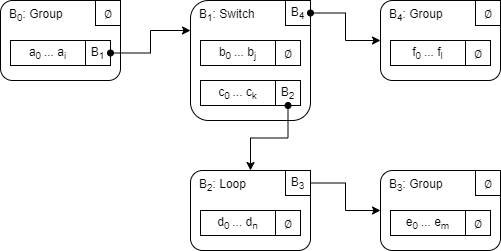
Above: docs/assets/prog_tree3.dio.png in GuildOfWeavers/distaff (draw.io), before the change. Source tidied: cells renumbered, new cells last; positions are measured from the earlier drawing's top-left corner, leaving out a move shared by most shapes. Its diagram source:
```xml
<mxGraphModel>
  <root>
    <mxCell id="0" />
    <mxCell id="1" parent="0" />
    <mxCell id="2" value="B&lt;sub&gt;0&lt;/sub&gt;: Group" style="rounded=1;whiteSpace=wrap;html=1;align=left;verticalAlign=top;spacingTop=0;spacingLeft=7;" parent="1" vertex="1">
      <mxGeometry width="120" height="80" as="geometry" />
    </mxCell>
    <mxCell id="3" value="&lt;span class=&quot;ILfuVd&quot;&gt;&lt;span class=&quot;e24Kjd&quot;&gt;&lt;span&gt;∅&lt;/span&gt;&lt;/span&gt;&lt;/span&gt;" style="rounded=0;whiteSpace=wrap;html=1;fontFamily=Helvetica;fontStyle=0;" parent="1" vertex="1">
      <mxGeometry x="95" width="25" height="25" as="geometry" />
    </mxCell>
    <mxCell id="4" value="a&lt;sub&gt;0&amp;nbsp;&lt;/sub&gt;... a&lt;sub&gt;i&lt;/sub&gt;" style="rounded=0;whiteSpace=wrap;html=1;fontStyle=0;" parent="1" vertex="1">
      <mxGeometry x="10" y="40" width="75" height="25" as="geometry" />
    </mxCell>
    <mxCell id="5" value="&lt;span class=&quot;ILfuVd&quot;&gt;&lt;span class=&quot;e24Kjd&quot;&gt;B&lt;sub&gt;1&lt;/sub&gt;&lt;/span&gt;&lt;/span&gt;" style="rounded=0;whiteSpace=wrap;html=1;fontFamily=Helvetica;fontStyle=0;" parent="1" vertex="1">
      <mxGeometry x="85" y="40" width="25" height="25" as="geometry" />
    </mxCell>
    <mxCell id="6" value="B&lt;sub&gt;1&lt;/sub&gt;: Switch" style="rounded=1;whiteSpace=wrap;html=1;align=left;verticalAlign=top;spacingTop=0;spacingLeft=7;" parent="1" vertex="1">
      <mxGeometry x="190" width="120" height="120" as="geometry" />
    </mxCell>
    <mxCell id="7" value="&lt;span class=&quot;ILfuVd&quot;&gt;&lt;span class=&quot;e24Kjd&quot;&gt;B&lt;sub&gt;4&lt;/sub&gt;&lt;/span&gt;&lt;/span&gt;" style="rounded=0;whiteSpace=wrap;html=1;fontFamily=Helvetica;fontStyle=0;" parent="1" vertex="1">
      <mxGeometry x="285" width="25" height="25" as="geometry" />
    </mxCell>
    <mxCell id="8" value="b&lt;sub&gt;0&amp;nbsp;&lt;/sub&gt;... b&lt;sub&gt;j&lt;/sub&gt;" style="rounded=0;whiteSpace=wrap;html=1;fontStyle=0;" parent="1" vertex="1">
      <mxGeometry x="200" y="40" width="75" height="25" as="geometry" />
    </mxCell>
    <mxCell id="9" value="&lt;span class=&quot;ILfuVd&quot;&gt;&lt;span class=&quot;e24Kjd&quot;&gt;&lt;span&gt;∅&lt;/span&gt;&lt;/span&gt;&lt;/span&gt;" style="rounded=0;whiteSpace=wrap;html=1;fontFamily=Helvetica;fontStyle=0;" parent="1" vertex="1">
      <mxGeometry x="275" y="40" width="25" height="25" as="geometry" />
    </mxCell>
    <mxCell id="10" value="c&lt;sub&gt;0&amp;nbsp;&lt;/sub&gt;... c&lt;sub&gt;k&lt;/sub&gt;" style="rounded=0;whiteSpace=wrap;html=1;fontStyle=0;" parent="1" vertex="1">
      <mxGeometry x="200" y="80" width="75" height="25" as="geometry" />
    </mxCell>
    <mxCell id="11" value="&lt;span class=&quot;ILfuVd&quot;&gt;&lt;span class=&quot;e24Kjd&quot;&gt;B&lt;sub&gt;2&lt;/sub&gt;&lt;/span&gt;&lt;/span&gt;" style="rounded=0;whiteSpace=wrap;html=1;fontFamily=Helvetica;fontStyle=0;" parent="1" vertex="1">
      <mxGeometry x="275" y="80" width="25" height="25" as="geometry" />
    </mxCell>
    <mxCell id="12" value="B&lt;sub&gt;4&lt;/sub&gt;: Group" style="rounded=1;whiteSpace=wrap;html=1;align=left;verticalAlign=top;spacingTop=0;spacingLeft=7;" parent="1" vertex="1">
      <mxGeometry x="380" width="120" height="80" as="geometry" />
    </mxCell>
    <mxCell id="13" value="&lt;span class=&quot;ILfuVd&quot;&gt;&lt;span class=&quot;e24Kjd&quot;&gt;&lt;span&gt;∅&lt;/span&gt;&lt;/span&gt;&lt;/span&gt;" style="rounded=0;whiteSpace=wrap;html=1;fontFamily=Helvetica;fontStyle=0;" parent="1" vertex="1">
      <mxGeometry x="475" width="25" height="25" as="geometry" />
    </mxCell>
    <mxCell id="14" value="f&lt;sub&gt;0&amp;nbsp;&lt;/sub&gt;... f&lt;sub&gt;l&lt;/sub&gt;" style="rounded=0;whiteSpace=wrap;html=1;fontStyle=0;" parent="1" vertex="1">
      <mxGeometry x="390" y="40" width="75" height="25" as="geometry" />
    </mxCell>
    <mxCell id="15" value="&lt;span class=&quot;ILfuVd&quot;&gt;&lt;span class=&quot;e24Kjd&quot;&gt;&lt;span&gt;∅&lt;/span&gt;&lt;/span&gt;&lt;/span&gt;" style="rounded=0;whiteSpace=wrap;html=1;fontFamily=Helvetica;fontStyle=0;" parent="1" vertex="1">
      <mxGeometry x="465" y="40" width="25" height="25" as="geometry" />
    </mxCell>
    <mxCell id="16" style="edgeStyle=orthogonalEdgeStyle;rounded=0;jettySize=auto;html=1;exitX=1;exitY=0.5;exitDx=0;exitDy=0;entryX=0;entryY=0.25;entryDx=0;entryDy=0;startArrow=oval;startFill=1;" parent="1" edge="1" source="5" target="6">
      <mxGeometry relative="1" as="geometry" />
    </mxCell>
    <mxCell id="17" style="edgeStyle=orthogonalEdgeStyle;rounded=0;jettySize=auto;html=1;exitX=1;exitY=0.5;exitDx=0;exitDy=0;entryX=0;entryY=0.5;entryDx=0;entryDy=0;startArrow=oval;startFill=1;" parent="1" edge="1" source="7" target="12">
      <mxGeometry relative="1" as="geometry" />
    </mxCell>
    <mxCell id="18" value="B&lt;sub&gt;2&lt;/sub&gt;: Loop" style="rounded=1;whiteSpace=wrap;html=1;align=left;verticalAlign=top;spacingTop=0;spacingLeft=7;" parent="1" vertex="1">
      <mxGeometry x="190" y="170" width="120" height="80" as="geometry" />
    </mxCell>
    <mxCell id="19" value="&lt;span class=&quot;ILfuVd&quot;&gt;&lt;span class=&quot;e24Kjd&quot;&gt;B&lt;sub&gt;3&lt;/sub&gt;&lt;/span&gt;&lt;/span&gt;" style="rounded=0;whiteSpace=wrap;html=1;fontFamily=Helvetica;fontStyle=0;" parent="1" vertex="1">
      <mxGeometry x="285" y="170" width="25" height="25" as="geometry" />
    </mxCell>
    <mxCell id="20" value="d&lt;sub&gt;0&amp;nbsp;&lt;/sub&gt;... d&lt;sub&gt;n&lt;/sub&gt;" style="rounded=0;whiteSpace=wrap;html=1;fontStyle=0;" parent="1" vertex="1">
      <mxGeometry x="200" y="210" width="75" height="25" as="geometry" />
    </mxCell>
    <mxCell id="21" style="edgeStyle=orthogonalEdgeStyle;rounded=0;jettySize=auto;html=1;exitX=1;exitY=0.5;exitDx=0;exitDy=0;entryX=0;entryY=0.5;entryDx=0;entryDy=0;" parent="1" edge="1" source="19" target="24">
      <mxGeometry relative="1" as="geometry" />
    </mxCell>
    <mxCell id="22" value="∅" style="rounded=0;whiteSpace=wrap;html=1;fontFamily=Helvetica;fontStyle=0;" parent="1" vertex="1">
      <mxGeometry x="275" y="210" width="25" height="25" as="geometry" />
    </mxCell>
    <mxCell id="23" style="edgeStyle=orthogonalEdgeStyle;rounded=0;jettySize=auto;html=1;exitX=0.5;exitY=1;exitDx=0;exitDy=0;entryX=0.5;entryY=0;entryDx=0;entryDy=0;startArrow=oval;startFill=1;" parent="1" edge="1" source="11" target="18">
      <mxGeometry relative="1" as="geometry" />
    </mxCell>
    <mxCell id="24" value="B&lt;sub&gt;3&lt;/sub&gt;: Group" style="rounded=1;whiteSpace=wrap;html=1;align=left;verticalAlign=top;spacingTop=0;spacingLeft=7;" parent="1" vertex="1">
      <mxGeometry x="380" y="170" width="120" height="80" as="geometry" />
    </mxCell>
    <mxCell id="25" value="&lt;span class=&quot;ILfuVd&quot;&gt;&lt;span class=&quot;e24Kjd&quot;&gt;&lt;span&gt;∅&lt;/span&gt;&lt;/span&gt;&lt;/span&gt;" style="rounded=0;whiteSpace=wrap;html=1;fontFamily=Helvetica;fontStyle=0;" parent="1" vertex="1">
      <mxGeometry x="475" y="170" width="25" height="25" as="geometry" />
    </mxCell>
    <mxCell id="26" value="e&lt;sub&gt;0&amp;nbsp;&lt;/sub&gt;... e&lt;sub&gt;m&lt;/sub&gt;" style="rounded=0;whiteSpace=wrap;html=1;fontStyle=0;" parent="1" vertex="1">
      <mxGeometry x="390" y="210" width="75" height="25" as="geometry" />
    </mxCell>
    <mxCell id="27" value="&lt;span class=&quot;ILfuVd&quot;&gt;&lt;span class=&quot;e24Kjd&quot;&gt;&lt;span&gt;∅&lt;/span&gt;&lt;/span&gt;&lt;/span&gt;" style="rounded=0;whiteSpace=wrap;html=1;fontFamily=Helvetica;fontStyle=0;" parent="1" vertex="1">
      <mxGeometry x="465" y="210" width="25" height="25" as="geometry" />
    </mxCell>
  </root>
</mxGraphModel>
```
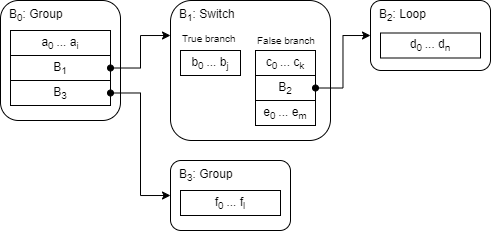
The same file after the commit.

What changed in the source:
```diff
@@ -3,82 +3,64 @@
     <mxCell id="0" />
     <mxCell id="1" parent="0" />
     <mxCell id="2" value="B&lt;sub&gt;0&lt;/sub&gt;: Group" style="rounded=1;whiteSpace=wrap;html=1;align=left;verticalAlign=top;spacingTop=0;spacingLeft=7;" parent="1" vertex="1">
-      <mxGeometry width="120" height="80" as="geometry" />
+      <mxGeometry width="120" height="120" as="geometry" />
     </mxCell>
-    <mxCell id="3" value="&lt;span class=&quot;ILfuVd&quot;&gt;&lt;span class=&quot;e24Kjd&quot;&gt;&lt;span&gt;∅&lt;/span&gt;&lt;/span&gt;&lt;/span&gt;" style="rounded=0;whiteSpace=wrap;html=1;fontFamily=Helvetica;fontStyle=0;" parent="1" vertex="1">
-      <mxGeometry x="95" width="25" height="25" as="geometry" />
-    </mxCell>
     <mxCell id="4" value="a&lt;sub&gt;0&amp;nbsp;&lt;/sub&gt;... a&lt;sub&gt;i&lt;/sub&gt;" style="rounded=0;whiteSpace=wrap;html=1;fontStyle=0;" parent="1" vertex="1">
-      <mxGeometry x="10" y="40" width="75" height="25" as="geometry" />
+      <mxGeometry x="10" y="30" width="100" height="25" as="geometry" />
     </mxCell>
     <mxCell id="5" value="&lt;span class=&quot;ILfuVd&quot;&gt;&lt;span class=&quot;e24Kjd&quot;&gt;B&lt;sub&gt;1&lt;/sub&gt;&lt;/span&gt;&lt;/span&gt;" style="rounded=0;whiteSpace=wrap;html=1;fontFamily=Helvetica;fontStyle=0;" parent="1" vertex="1">
-      <mxGeometry x="85" y="40" width="25" height="25" as="geometry" />
+      <mxGeometry x="10" y="55" width="100" height="25" as="geometry" />
     </mxCell>
+    <mxCell id="16" style="edgeStyle=orthogonalEdgeStyle;rounded=0;jettySize=auto;html=1;exitX=1;exitY=0.5;exitDx=0;exitDy=0;startArrow=oval;startFill=1;entryX=0;entryY=0.25;entryDx=0;entryDy=0;" parent="1" edge="1" source="5" target="6">
+      <mxGeometry relative="1" as="geometry" />
+    </mxCell>
+    <mxCell id="19" value="B&lt;sub&gt;3&lt;/sub&gt;" style="rounded=0;whiteSpace=wrap;html=1;fontStyle=0;" parent="1" vertex="1">
+      <mxGeometry x="10" y="80" width="100" height="25" as="geometry" />
+    </mxCell>
+    <mxCell id="18" value="B&lt;sub&gt;2&lt;/sub&gt;: Loop" style="rounded=1;whiteSpace=wrap;html=1;align=left;verticalAlign=top;spacingTop=0;spacingLeft=7;" parent="1" vertex="1">
+      <mxGeometry x="370" width="120" height="70" as="geometry" />
+    </mxCell>
+    <mxCell id="20" value="d&lt;sub&gt;0&amp;nbsp;&lt;/sub&gt;... d&lt;sub&gt;n&lt;/sub&gt;" style="rounded=0;whiteSpace=wrap;html=1;fontStyle=0;" parent="1" vertex="1">
+      <mxGeometry x="380" y="32.5" width="100" height="25" as="geometry" />
+    </mxCell>
+    <mxCell id="21" style="edgeStyle=orthogonalEdgeStyle;rounded=0;jettySize=auto;html=1;exitX=1;exitY=0.5;exitDx=0;exitDy=0;entryX=0;entryY=0.5;entryDx=0;entryDy=0;startArrow=oval;startFill=1;" parent="1" edge="1" source="19" target="24">
+      <mxGeometry relative="1" as="geometry" />
+    </mxCell>
+    <mxCell id="28" style="group;" parent="1" vertex="1">
+      <mxGeometry x="170" y="160" width="120" height="70" as="geometry" />
+    </mxCell>
+    <mxCell id="29" style="group;" parent="28" vertex="1">
+      <mxGeometry width="120" height="70" as="geometry" />
+    </mxCell>
+    <mxCell id="24" value="B&lt;sub&gt;3&lt;/sub&gt;: Group" style="rounded=1;whiteSpace=wrap;html=1;align=left;verticalAlign=top;spacingTop=0;spacingLeft=7;" parent="29" vertex="1">
+      <mxGeometry width="120" height="70" as="geometry" />
+    </mxCell>
+    <mxCell id="14" value="f&lt;sub&gt;0&amp;nbsp;&lt;/sub&gt;... f&lt;sub&gt;l&lt;/sub&gt;" style="rounded=0;whiteSpace=wrap;html=1;fontStyle=0;" parent="29" vertex="1">
+      <mxGeometry x="10" y="30" width="100" height="25" as="geometry" />
+    </mxCell>
     <mxCell id="6" value="B&lt;sub&gt;1&lt;/sub&gt;: Switch" style="rounded=1;whiteSpace=wrap;html=1;align=left;verticalAlign=top;spacingTop=0;spacingLeft=7;" parent="1" vertex="1">
-      <mxGeometry x="190" width="120" height="120" as="geometry" />
+      <mxGeometry x="170" width="160" height="140" as="geometry" />
     </mxCell>
-    <mxCell id="7" value="&lt;span class=&quot;ILfuVd&quot;&gt;&lt;span class=&quot;e24Kjd&quot;&gt;B&lt;sub&gt;4&lt;/sub&gt;&lt;/span&gt;&lt;/span&gt;" style="rounded=0;whiteSpace=wrap;html=1;fontFamily=Helvetica;fontStyle=0;" parent="1" vertex="1">
-      <mxGeometry x="285" width="25" height="25" as="geometry" />
-    </mxCell>
+    <mxCell id="30" value="True branch" style="text;html=1;strokeColor=none;fillColor=none;align=left;verticalAlign=middle;whiteSpace=wrap;rounded=0;fontSize=10;fontStyle=0;" parent="1" vertex="1">
+      <mxGeometry x="180" y="27.5" width="70" height="20" as="geometry" />
+    </mxCell>
     <mxCell id="8" value="b&lt;sub&gt;0&amp;nbsp;&lt;/sub&gt;... b&lt;sub&gt;j&lt;/sub&gt;" style="rounded=0;whiteSpace=wrap;html=1;fontStyle=0;" parent="1" vertex="1">
-      <mxGeometry x="200" y="40" width="75" height="25" as="geometry" />
+      <mxGeometry x="180" y="50" width="60" height="25" as="geometry" />
     </mxCell>
-    <mxCell id="9" value="&lt;span class=&quot;ILfuVd&quot;&gt;&lt;span class=&quot;e24Kjd&quot;&gt;&lt;span&gt;∅&lt;/span&gt;&lt;/span&gt;&lt;/span&gt;" style="rounded=0;whiteSpace=wrap;html=1;fontFamily=Helvetica;fontStyle=0;" parent="1" vertex="1">
-      <mxGeometry x="275" y="40" width="25" height="25" as="geometry" />
-    </mxCell>
+    <mxCell id="31" value="False branch" style="text;html=1;strokeColor=none;fillColor=none;align=left;verticalAlign=middle;whiteSpace=wrap;rounded=0;fontSize=10;fontStyle=0;" parent="1" vertex="1">
+      <mxGeometry x="255" y="30" width="65" height="20" as="geometry" />
+    </mxCell>
     <mxCell id="10" value="c&lt;sub&gt;0&amp;nbsp;&lt;/sub&gt;... c&lt;sub&gt;k&lt;/sub&gt;" style="rounded=0;whiteSpace=wrap;html=1;fontStyle=0;" parent="1" vertex="1">
-      <mxGeometry x="200" y="80" width="75" height="25" as="geometry" />
+      <mxGeometry x="255" y="50" width="60" height="25" as="geometry" />
     </mxCell>
-    <mxCell id="11" value="&lt;span class=&quot;ILfuVd&quot;&gt;&lt;span class=&quot;e24Kjd&quot;&gt;B&lt;sub&gt;2&lt;/sub&gt;&lt;/span&gt;&lt;/span&gt;" style="rounded=0;whiteSpace=wrap;html=1;fontFamily=Helvetica;fontStyle=0;" parent="1" vertex="1">
-      <mxGeometry x="275" y="80" width="25" height="25" as="geometry" />
+    <mxCell id="11" value="B&lt;sub&gt;2&lt;/sub&gt;" style="rounded=0;whiteSpace=wrap;html=1;fontStyle=0;" parent="1" vertex="1">
+      <mxGeometry x="255" y="75" width="60" height="25" as="geometry" />
     </mxCell>
-    <mxCell id="12" value="B&lt;sub&gt;4&lt;/sub&gt;: Group" style="rounded=1;whiteSpace=wrap;html=1;align=left;verticalAlign=top;spacingTop=0;spacingLeft=7;" parent="1" vertex="1">
-      <mxGeometry x="380" width="120" height="80" as="geometry" />
-    </mxCell>
-    <mxCell id="13" value="&lt;span class=&quot;ILfuVd&quot;&gt;&lt;span class=&quot;e24Kjd&quot;&gt;&lt;span&gt;∅&lt;/span&gt;&lt;/span&gt;&lt;/span&gt;" style="rounded=0;whiteSpace=wrap;html=1;fontFamily=Helvetica;fontStyle=0;" parent="1" vertex="1">
-      <mxGeometry x="475" width="25" height="25" as="geometry" />
-    </mxCell>
-    <mxCell id="14" value="f&lt;sub&gt;0&amp;nbsp;&lt;/sub&gt;... f&lt;sub&gt;l&lt;/sub&gt;" style="rounded=0;whiteSpace=wrap;html=1;fontStyle=0;" parent="1" vertex="1">
-      <mxGeometry x="390" y="40" width="75" height="25" as="geometry" />
-    </mxCell>
-    <mxCell id="15" value="&lt;span class=&quot;ILfuVd&quot;&gt;&lt;span class=&quot;e24Kjd&quot;&gt;&lt;span&gt;∅&lt;/span&gt;&lt;/span&gt;&lt;/span&gt;" style="rounded=0;whiteSpace=wrap;html=1;fontFamily=Helvetica;fontStyle=0;" parent="1" vertex="1">
-      <mxGeometry x="465" y="40" width="25" height="25" as="geometry" />
-    </mxCell>
-    <mxCell id="16" style="edgeStyle=orthogonalEdgeStyle;rounded=0;jettySize=auto;html=1;exitX=1;exitY=0.5;exitDx=0;exitDy=0;entryX=0;entryY=0.25;entryDx=0;entryDy=0;startArrow=oval;startFill=1;" parent="1" edge="1" source="5" target="6">
-      <mxGeometry relative="1" as="geometry" />
-    </mxCell>
-    <mxCell id="17" style="edgeStyle=orthogonalEdgeStyle;rounded=0;jettySize=auto;html=1;exitX=1;exitY=0.5;exitDx=0;exitDy=0;entryX=0;entryY=0.5;entryDx=0;entryDy=0;startArrow=oval;startFill=1;" parent="1" edge="1" source="7" target="12">
-      <mxGeometry relative="1" as="geometry" />
-    </mxCell>
-    <mxCell id="18" value="B&lt;sub&gt;2&lt;/sub&gt;: Loop" style="rounded=1;whiteSpace=wrap;html=1;align=left;verticalAlign=top;spacingTop=0;spacingLeft=7;" parent="1" vertex="1">
-      <mxGeometry x="190" y="170" width="120" height="80" as="geometry" />
-    </mxCell>
-    <mxCell id="19" value="&lt;span class=&quot;ILfuVd&quot;&gt;&lt;span class=&quot;e24Kjd&quot;&gt;B&lt;sub&gt;3&lt;/sub&gt;&lt;/span&gt;&lt;/span&gt;" style="rounded=0;whiteSpace=wrap;html=1;fontFamily=Helvetica;fontStyle=0;" parent="1" vertex="1">
-      <mxGeometry x="285" y="170" width="25" height="25" as="geometry" />
-    </mxCell>
-    <mxCell id="20" value="d&lt;sub&gt;0&amp;nbsp;&lt;/sub&gt;... d&lt;sub&gt;n&lt;/sub&gt;" style="rounded=0;whiteSpace=wrap;html=1;fontStyle=0;" parent="1" vertex="1">
-      <mxGeometry x="200" y="210" width="75" height="25" as="geometry" />
-    </mxCell>
-    <mxCell id="21" style="edgeStyle=orthogonalEdgeStyle;rounded=0;jettySize=auto;html=1;exitX=1;exitY=0.5;exitDx=0;exitDy=0;entryX=0;entryY=0.5;entryDx=0;entryDy=0;" parent="1" edge="1" source="19" target="24">
-      <mxGeometry relative="1" as="geometry" />
-    </mxCell>
-    <mxCell id="22" value="∅" style="rounded=0;whiteSpace=wrap;html=1;fontFamily=Helvetica;fontStyle=0;" parent="1" vertex="1">
-      <mxGeometry x="275" y="210" width="25" height="25" as="geometry" />
-    </mxCell>
+    <mxCell id="26" value="e&lt;sub&gt;0&amp;nbsp;&lt;/sub&gt;... e&lt;sub&gt;m&lt;/sub&gt;" style="rounded=0;whiteSpace=wrap;html=1;fontStyle=0;" parent="1" vertex="1">
+      <mxGeometry x="255" y="100" width="60" height="25" as="geometry" />
+    </mxCell>
-    <mxCell id="23" style="edgeStyle=orthogonalEdgeStyle;rounded=0;jettySize=auto;html=1;exitX=0.5;exitY=1;exitDx=0;exitDy=0;entryX=0.5;entryY=0;entryDx=0;entryDy=0;startArrow=oval;startFill=1;" parent="1" edge="1" source="11" target="18">
+    <mxCell id="23" style="edgeStyle=orthogonalEdgeStyle;rounded=0;jettySize=auto;html=1;exitX=1;exitY=0.5;exitDx=0;exitDy=0;entryX=0;entryY=0.5;entryDx=0;entryDy=0;fontSize=10;startArrow=oval;startFill=1;" parent="1" edge="1" source="11" target="18">
       <mxGeometry relative="1" as="geometry" />
     </mxCell>
-    <mxCell id="24" value="B&lt;sub&gt;3&lt;/sub&gt;: Group" style="rounded=1;whiteSpace=wrap;html=1;align=left;verticalAlign=top;spacingTop=0;spacingLeft=7;" parent="1" vertex="1">
-      <mxGeometry x="380" y="170" width="120" height="80" as="geometry" />
-    </mxCell>
-    <mxCell id="25" value="&lt;span class=&quot;ILfuVd&quot;&gt;&lt;span class=&quot;e24Kjd&quot;&gt;&lt;span&gt;∅&lt;/span&gt;&lt;/span&gt;&lt;/span&gt;" style="rounded=0;whiteSpace=wrap;html=1;fontFamily=Helvetica;fontStyle=0;" parent="1" vertex="1">
-      <mxGeometry x="475" y="170" width="25" height="25" as="geometry" />
-    </mxCell>
-    <mxCell id="26" value="e&lt;sub&gt;0&amp;nbsp;&lt;/sub&gt;... e&lt;sub&gt;m&lt;/sub&gt;" style="rounded=0;whiteSpace=wrap;html=1;fontStyle=0;" parent="1" vertex="1">
-      <mxGeometry x="390" y="210" width="75" height="25" as="geometry" />
-    </mxCell>
-    <mxCell id="27" value="&lt;span class=&quot;ILfuVd&quot;&gt;&lt;span class=&quot;e24Kjd&quot;&gt;&lt;span&gt;∅&lt;/span&gt;&lt;/span&gt;&lt;/span&gt;" style="rounded=0;whiteSpace=wrap;html=1;fontFamily=Helvetica;fontStyle=0;" parent="1" vertex="1">
-      <mxGeometry x="465" y="210" width="25" height="25" as="geometry" />
-    </mxCell>
   </root>
 </mxGraphModel>
```
